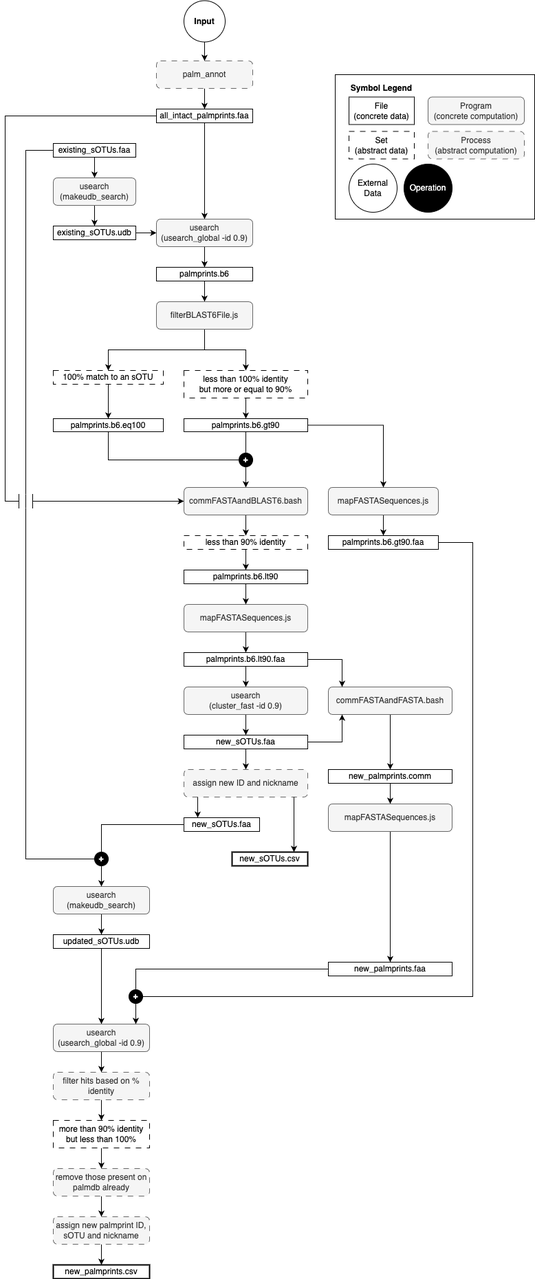
serratus-bio/logan-backend keeps this draw.io diagram as script/palmdb/sOTU Assigment Workflow.png. Above is the earlier version. Source tidied: cells renumbered, new cells last; positions are measured from the earlier drawing's top-left corner, leaving out a move shared by most shapes.
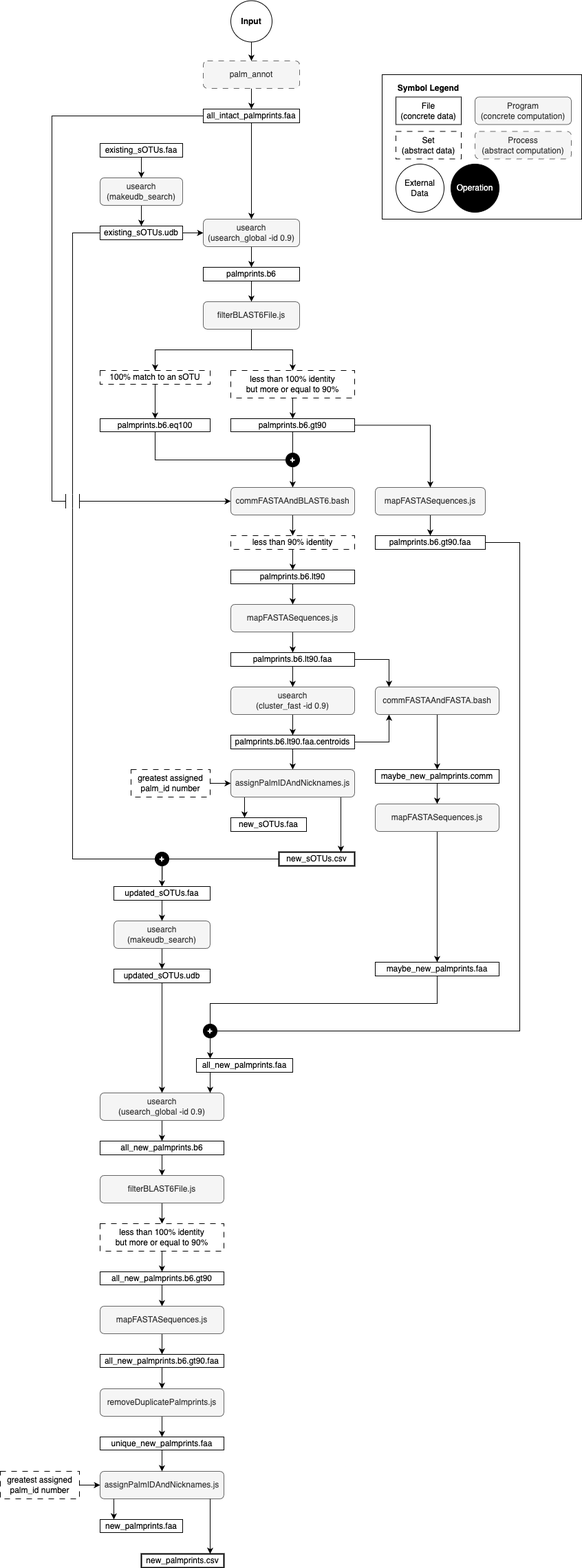
After the commit.

Diff of the diagram source:
```diff
@@ -30,11 +30,2 @@
     </mxCell>
-    <mxCell id="9" style="edgeStyle=orthogonalEdgeStyle;rounded=0;jettySize=auto;html=1;entryX=0.5;entryY=0;entryDx=0;entryDy=0;" parent="1" edge="1" source="10" target="43">
-      <mxGeometry relative="1" as="geometry">
-        <Array as="points">
-          <mxPoint x="30" y="218" />
-          <mxPoint x="30" y="1248" />
-          <mxPoint x="140" y="1248" />
-        </Array>
-      </mxGeometry>
-    </mxCell>
     <mxCell id="10" value="&lt;div&gt;existing_sOTUs.faa&lt;/div&gt;" style="rounded=0;whiteSpace=wrap;html=1;" parent="1" vertex="1">
@@ -51,2 +42,11 @@
     </mxCell>
+    <mxCell id="94" style="edgeStyle=orthogonalEdgeStyle;rounded=0;jettySize=auto;html=1;entryX=0.5;entryY=0;entryDx=0;entryDy=0;" parent="1" edge="1" source="14" target="104">
+      <mxGeometry relative="1" as="geometry">
+        <Array as="points">
+          <mxPoint x="30" y="338" />
+          <mxPoint x="30" y="1248" />
+          <mxPoint x="160" y="1248" />
+        </Array>
+      </mxGeometry>
+    </mxCell>
     <mxCell id="14" value="&lt;div&gt;existing_sOTUs.udb&lt;/div&gt;" style="rounded=0;whiteSpace=wrap;html=1;" parent="1" vertex="1">
@@ -102,11 +102,10 @@
     </mxCell>
-    <mxCell id="31" style="edgeStyle=orthogonalEdgeStyle;rounded=0;jettySize=auto;html=1;entryX=0.5;entryY=0;entryDx=0;entryDy=0;" parent="1" edge="1" source="32" target="33">
-      <mxGeometry relative="1" as="geometry" />
+    <mxCell id="31" style="edgeStyle=orthogonalEdgeStyle;rounded=0;jettySize=auto;html=1;entryX=0.5;entryY=0;entryDx=0;entryDy=0;" parent="1" edge="1" source="32">
+      <mxGeometry relative="1" as="geometry">
+        <mxPoint x="350" y="1118" as="targetPoint" />
+      </mxGeometry>
     </mxCell>
-    <mxCell id="32" value="&lt;div&gt;new_sOTUs.faa&lt;/div&gt;" style="rounded=0;whiteSpace=wrap;html=1;" parent="1" vertex="1">
+    <mxCell id="32" value="palmprints.b6.lt90.faa.centroids" style="rounded=0;whiteSpace=wrap;html=1;" parent="1" vertex="1">
       <mxGeometry x="260" y="1068" width="180" height="20" as="geometry" />
     </mxCell>
-    <mxCell id="33" value="assign new ID and nickname" style="rounded=1;whiteSpace=wrap;html=1;fillColor=#f5f5f5;strokeColor=#666666;fontColor=#333333;dashed=1;dashPattern=8 8;" parent="1" vertex="1">
-      <mxGeometry x="260" y="1118" width="180" height="40" as="geometry" />
-    </mxCell>
     <mxCell id="34" style="edgeStyle=orthogonalEdgeStyle;rounded=0;jettySize=auto;html=1;entryX=0.5;entryY=0;entryDx=0;entryDy=0;" parent="1" edge="1" source="35" target="64">
@@ -123,12 +122,12 @@
     </mxCell>
-    <mxCell id="38" style="edgeStyle=orthogonalEdgeStyle;rounded=0;jettySize=auto;html=1;" parent="1" edge="1" source="39">
-      <mxGeometry relative="1" as="geometry">
-        <mxPoint x="190" y="1488" as="targetPoint" />
-        <Array as="points">
-          <mxPoint x="680" y="788" />
-          <mxPoint x="680" y="1448" />
-          <mxPoint x="190" y="1448" />
-        </Array>
-      </mxGeometry>
-    </mxCell>
+    <mxCell id="95" style="edgeStyle=orthogonalEdgeStyle;rounded=0;jettySize=auto;html=1;" parent="1" edge="1" source="39">
+      <mxGeometry relative="1" as="geometry">
+        <mxPoint x="230" y="1538" as="targetPoint" />
+        <Array as="points">
+          <mxPoint x="680" y="788" />
+          <mxPoint x="680" y="1498" />
+          <mxPoint x="230" y="1498" />
+        </Array>
+      </mxGeometry>
+    </mxCell>
     <mxCell id="39" value="&lt;div&gt;palmprints.b6.gt90.faa&lt;/div&gt;" style="rounded=0;whiteSpace=wrap;html=1;" parent="1" vertex="1">
@@ -146,3 +145,3 @@
     <mxCell id="43" value="&lt;div&gt;usearch&lt;/div&gt;&lt;div&gt;(makeudb_search)&lt;br&gt;&lt;/div&gt;" style="rounded=1;whiteSpace=wrap;html=1;fillColor=#f5f5f5;strokeColor=#666666;fontColor=#333333;" parent="1" vertex="1">
-      <mxGeometry x="70" y="1288" width="140" height="40" as="geometry" />
+      <mxGeometry x="90" y="1338" width="140" height="40" as="geometry" />
     </mxCell>
@@ -152,3 +151,3 @@
     <mxCell id="45" value="&lt;div&gt;updated_sOTUs.udb&lt;/div&gt;" style="rounded=0;whiteSpace=wrap;html=1;" parent="1" vertex="1">
-      <mxGeometry x="70" y="1358" width="140" height="20" as="geometry" />
+      <mxGeometry x="90" y="1408" width="140" height="20" as="geometry" />
     </mxCell>
@@ -157,26 +156,26 @@
     </mxCell>
-    <mxCell id="47" style="edgeStyle=orthogonalEdgeStyle;rounded=0;jettySize=auto;html=1;entryX=0.5;entryY=0;entryDx=0;entryDy=0;" parent="1" edge="1" source="48" target="50">
-      <mxGeometry relative="1" as="geometry" />
-    </mxCell>
+    <mxCell id="96" style="edgeStyle=orthogonalEdgeStyle;rounded=0;jettySize=auto;html=1;entryX=0.5;entryY=0;entryDx=0;entryDy=0;" parent="1" edge="1" source="48" target="106">
+      <mxGeometry relative="1" as="geometry" />
+    </mxCell>
     <mxCell id="48" value="&lt;div&gt;usearch&lt;/div&gt;&lt;div&gt;(usearch_global -id 0.9)&lt;br&gt;&lt;/div&gt;" style="rounded=1;whiteSpace=wrap;html=1;fillColor=#f5f5f5;strokeColor=#666666;fontColor=#333333;" parent="1" vertex="1">
-      <mxGeometry x="70" y="1488" width="140" height="40" as="geometry" />
+      <mxGeometry x="70" y="1588" width="180" height="40" as="geometry" />
     </mxCell>
-    <mxCell id="49" style="edgeStyle=orthogonalEdgeStyle;rounded=0;jettySize=auto;html=1;entryX=0.5;entryY=0;entryDx=0;entryDy=0;" parent="1" edge="1" source="50" target="52">
-      <mxGeometry relative="1" as="geometry" />
+    <mxCell id="49" style="edgeStyle=orthogonalEdgeStyle;rounded=0;jettySize=auto;html=1;entryX=0.5;entryY=0;entryDx=0;entryDy=0;" parent="1" edge="1" target="52">
+      <mxGeometry relative="1" as="geometry">
+        <mxPoint x="160" y="1748" as="sourcePoint" />
+      </mxGeometry>
     </mxCell>
-    <mxCell id="50" value="filter hits based on % identity" style="rounded=1;whiteSpace=wrap;html=1;fillColor=#f5f5f5;strokeColor=#666666;fontColor=#333333;dashed=1;dashPattern=8 8;" parent="1" vertex="1">
-      <mxGeometry x="70" y="1558" width="140" height="40" as="geometry" />
-    </mxCell>
-    <mxCell id="51" style="edgeStyle=orthogonalEdgeStyle;rounded=0;jettySize=auto;html=1;entryX=0.5;entryY=0;entryDx=0;entryDy=0;" parent="1" edge="1" source="52" target="54">
-      <mxGeometry relative="1" as="geometry" />
-    </mxCell>
+    <mxCell id="97" style="edgeStyle=orthogonalEdgeStyle;rounded=0;jettySize=auto;html=1;entryX=0.5;entryY=0;entryDx=0;entryDy=0;" parent="1" edge="1" source="52">
+      <mxGeometry relative="1" as="geometry">
+        <mxPoint x="160" y="1848" as="targetPoint" />
+      </mxGeometry>
+    </mxCell>
-    <mxCell id="52" value="&lt;div&gt;&lt;span style=&quot;background-color: initial;&quot;&gt;more than 90% identity&lt;/span&gt;&lt;br&gt;&lt;/div&gt;&lt;div&gt;&lt;span style=&quot;background-color: initial;&quot;&gt;but less than 100%&lt;/span&gt;&lt;/div&gt;" style="rounded=0;whiteSpace=wrap;html=1;dashed=1;dashPattern=8 8;" parent="1" vertex="1">
-      <mxGeometry x="70" y="1628" width="140" height="40" as="geometry" />
+    <mxCell id="52" value="&lt;div&gt;&lt;div&gt;&lt;span style=&quot;background-color: initial;&quot;&gt;less than 100% identity&lt;/span&gt;&lt;br&gt;&lt;/div&gt;&lt;div&gt;&lt;span style=&quot;background-color: initial;&quot;&gt;but more or equal to 90%&lt;/span&gt;&lt;/div&gt;&lt;/div&gt;" style="rounded=0;whiteSpace=wrap;html=1;dashed=1;dashPattern=8 8;" parent="1" vertex="1">
+      <mxGeometry x="70" y="1778" width="180" height="40" as="geometry" />
     </mxCell>
-    <mxCell id="53" style="edgeStyle=orthogonalEdgeStyle;rounded=0;jettySize=auto;html=1;entryX=0.5;entryY=0;entryDx=0;entryDy=0;" parent="1" edge="1" source="54" target="93">
-      <mxGeometry relative="1" as="geometry" />
-    </mxCell>
-    <mxCell id="54" value="remove those present on palmdb already" style="rounded=1;whiteSpace=wrap;html=1;fillColor=#f5f5f5;strokeColor=#666666;fontColor=#333333;dashed=1;dashPattern=8 8;" parent="1" vertex="1">
-      <mxGeometry x="70" y="1698" width="140" height="40" as="geometry" />
-    </mxCell>
+    <mxCell id="98" style="edgeStyle=orthogonalEdgeStyle;rounded=0;jettySize=auto;html=1;" parent="1" edge="1" source="55">
+      <mxGeometry relative="1" as="geometry">
+        <mxPoint x="160" y="1288" as="targetPoint" />
+      </mxGeometry>
+    </mxCell>
     <mxCell id="55" value="&lt;div&gt;new_sOTUs.csv&lt;/div&gt;" style="rounded=0;whiteSpace=wrap;html=1;strokeWidth=2;" parent="1" vertex="1">
@@ -185,3 +184,3 @@
     <mxCell id="56" value="&lt;div&gt;new_palmprints.csv&lt;/div&gt;" style="rounded=0;whiteSpace=wrap;html=1;strokeWidth=2;" parent="1" vertex="1">
-      <mxGeometry x="70" y="1838" width="140" height="20" as="geometry" />
+      <mxGeometry x="130" y="2258" width="120" height="20" as="geometry" />
     </mxCell>
@@ -237,3 +236,3 @@
     </mxCell>
-    <mxCell id="68" value="commFASTAandBLAST6.bash" style="rounded=1;whiteSpace=wrap;html=1;fillColor=#f5f5f5;strokeColor=#666666;fontColor=#333333;" parent="1" vertex="1">
+    <mxCell id="68" value="commFASTAAndBLAST6.bash" style="rounded=1;whiteSpace=wrap;html=1;fillColor=#f5f5f5;strokeColor=#666666;fontColor=#333333;" parent="1" vertex="1">
       <mxGeometry x="260" y="708" width="180" height="40" as="geometry" />
@@ -252,3 +251,3 @@
     </mxCell>
-    <mxCell id="73" value="commFASTAandFASTA.bash" style="rounded=1;whiteSpace=wrap;html=1;fillColor=#f5f5f5;strokeColor=#666666;fontColor=#333333;" parent="1" vertex="1">
+    <mxCell id="73" value="commFASTAAndFASTA.bash" style="rounded=1;whiteSpace=wrap;html=1;fillColor=#f5f5f5;strokeColor=#666666;fontColor=#333333;" parent="1" vertex="1">
       <mxGeometry x="470" y="998" width="180" height="40" as="geometry" />
@@ -264,3 +263,3 @@
     </mxCell>
-    <mxCell id="77" value="&lt;div&gt;new_palmprints.comm&lt;/div&gt;" style="rounded=0;whiteSpace=wrap;html=1;" parent="1" vertex="1">
+    <mxCell id="77" value="&lt;div&gt;maybe_new_palmprints.comm&lt;/div&gt;" style="rounded=0;whiteSpace=wrap;html=1;" parent="1" vertex="1">
       <mxGeometry x="470" y="1118" width="180" height="20" as="geometry" />
@@ -273,3 +272,3 @@
     </mxCell>
-    <mxCell id="80" value="&lt;div&gt;new_palmprints.faa&lt;/div&gt;" style="rounded=0;whiteSpace=wrap;html=1;" parent="1" vertex="1">
+    <mxCell id="80" value="&lt;div&gt;maybe_new_palmprints.faa&lt;/div&gt;" style="rounded=0;whiteSpace=wrap;html=1;" parent="1" vertex="1">
       <mxGeometry x="470" y="1398" width="180" height="20" as="geometry" />
@@ -285,5 +284,2 @@
     </mxCell>
-    <mxCell id="84" style="edgeStyle=orthogonalEdgeStyle;rounded=0;jettySize=auto;html=1;entryX=0.5;entryY=0;entryDx=0;entryDy=0;" parent="1" edge="1" source="86" target="43">
-      <mxGeometry relative="1" as="geometry" />
-    </mxCell>
     <mxCell id="85" style="endArrow=none;html=1;rounded=0;exitX=0.5;exitY=1;exitDx=0;exitDy=0;" parent="1" edge="1" source="83">
@@ -296,11 +292,2 @@
     </mxCell>
-    <mxCell id="87" value="&lt;b&gt;+&lt;/b&gt;" style="ellipse;whiteSpace=wrap;html=1;fillStyle=auto;fillColor=#000000;fontColor=#FFFFFF;" parent="1" vertex="1">
-      <mxGeometry x="130" y="1238" width="20" height="20" as="geometry" />
-    </mxCell>
-    <mxCell id="88" style="edgeStyle=orthogonalEdgeStyle;rounded=0;jettySize=auto;html=1;entryX=0.857;entryY=0;entryDx=0;entryDy=0;entryPerimeter=0;" parent="1" edge="1" source="80" target="48">
-      <mxGeometry relative="1" as="geometry" />
-    </mxCell>
-    <mxCell id="89" value="&lt;b&gt;+&lt;/b&gt;" style="ellipse;whiteSpace=wrap;html=1;fillStyle=auto;fillColor=#000000;fontColor=#FFFFFF;" parent="1" vertex="1">
-      <mxGeometry x="180" y="1438" width="20" height="20" as="geometry" />
-    </mxCell>
     <mxCell id="90" style="endArrow=classic;html=1;rounded=0;" parent="1" edge="1">
@@ -316,8 +303,107 @@
     </mxCell>
-    <mxCell id="92" style="edgeStyle=orthogonalEdgeStyle;rounded=0;jettySize=auto;html=1;entryX=0.5;entryY=0;entryDx=0;entryDy=0;" parent="1" edge="1" source="93" target="56">
-      <mxGeometry relative="1" as="geometry" />
-    </mxCell>
-    <mxCell id="93" value="assign new palmprint ID, sOTU and nickname" style="rounded=1;whiteSpace=wrap;html=1;fillColor=#f5f5f5;strokeColor=#666666;fontColor=#333333;dashed=1;dashPattern=8 8;" parent="1" vertex="1">
-      <mxGeometry x="70" y="1768" width="140" height="40" as="geometry" />
-    </mxCell>
+    <mxCell id="99" value="assignPalmIDAndNicknames.js" style="rounded=1;whiteSpace=wrap;html=1;fillColor=#f5f5f5;strokeColor=#666666;fontColor=#333333;" parent="1" vertex="1">
+      <mxGeometry x="260" y="1118" width="180" height="40" as="geometry" />
+    </mxCell>
+    <mxCell id="100" value="assignPalmIDAndNicknames.js" style="rounded=1;whiteSpace=wrap;html=1;fillColor=#f5f5f5;strokeColor=#666666;fontColor=#333333;" parent="1" vertex="1">
+      <mxGeometry x="70" y="2138" width="180" height="40" as="geometry" />
+    </mxCell>
+    <mxCell id="101" style="edgeStyle=orthogonalEdgeStyle;rounded=0;jettySize=auto;html=1;entryX=0;entryY=0.5;entryDx=0;entryDy=0;" parent="1" edge="1" source="102" target="99">
+      <mxGeometry relative="1" as="geometry" />
+    </mxCell>
+    <mxCell id="102" value="greatest assigned palm_id number" style="rounded=0;whiteSpace=wrap;html=1;dashed=1;dashPattern=8 8;" parent="1" vertex="1">
+      <mxGeometry x="115" y="1118" width="115" height="40" as="geometry" />
+    </mxCell>
+    <mxCell id="103" style="edgeStyle=orthogonalEdgeStyle;rounded=0;jettySize=auto;html=1;entryX=0.5;entryY=0;entryDx=0;entryDy=0;" parent="1" edge="1" source="104" target="43">
+      <mxGeometry relative="1" as="geometry" />
+    </mxCell>
+    <mxCell id="104" value="&lt;div&gt;updated_sOTUs.faa&lt;/div&gt;" style="rounded=0;whiteSpace=wrap;html=1;" parent="1" vertex="1">
+      <mxGeometry x="90" y="1288" width="140" height="20" as="geometry" />
+    </mxCell>
+    <mxCell id="87" value="&lt;b&gt;+&lt;/b&gt;" style="ellipse;whiteSpace=wrap;html=1;fillStyle=auto;fillColor=#000000;fontColor=#FFFFFF;" parent="1" vertex="1">
+      <mxGeometry x="150" y="1238" width="20" height="20" as="geometry" />
+    </mxCell>
+    <mxCell id="105" style="edgeStyle=orthogonalEdgeStyle;rounded=0;jettySize=auto;html=1;entryX=0.5;entryY=0;entryDx=0;entryDy=0;" parent="1" edge="1" source="106">
+      <mxGeometry relative="1" as="geometry">
+        <mxPoint x="160" y="1708" as="targetPoint" />
+      </mxGeometry>
+    </mxCell>
+    <mxCell id="106" value="&lt;div&gt;all_new_palmprints.b6&lt;/div&gt;" style="rounded=0;whiteSpace=wrap;html=1;" parent="1" vertex="1">
+      <mxGeometry x="70" y="1658" width="180" height="20" as="geometry" />
+    </mxCell>
+    <mxCell id="107" value="&lt;div&gt;all_new_palmprints.faa&lt;/div&gt;" style="rounded=0;whiteSpace=wrap;html=1;" parent="1" vertex="1">
+      <mxGeometry x="210" y="1538" width="140" height="20" as="geometry" />
+    </mxCell>
+    <mxCell id="108" style="edgeStyle=orthogonalEdgeStyle;rounded=0;jettySize=auto;html=1;entryX=0.143;entryY=0;entryDx=0;entryDy=0;entryPerimeter=0;" parent="1" edge="1" source="80" target="107">
+      <mxGeometry relative="1" as="geometry">
+        <Array as="points">
+          <mxPoint x="560" y="1458" />
+          <mxPoint x="230" y="1458" />
+        </Array>
+      </mxGeometry>
+    </mxCell>
+    <mxCell id="89" value="&lt;b&gt;+&lt;/b&gt;" style="ellipse;whiteSpace=wrap;html=1;fillStyle=auto;fillColor=#000000;fontColor=#FFFFFF;" parent="1" vertex="1">
+      <mxGeometry x="220" y="1488" width="20" height="20" as="geometry" />
+    </mxCell>
+    <mxCell id="109" style="endArrow=classic;html=1;rounded=0;" parent="1" edge="1">
+      <mxGeometry relative="1" as="geometry">
+        <mxPoint x="230" y="1558" as="sourcePoint" />
+        <mxPoint x="230" y="1588" as="targetPoint" />
+      </mxGeometry>
+    </mxCell>
+    <mxCell id="110" value="filterBLAST6File.js" style="rounded=1;whiteSpace=wrap;html=1;fillColor=#f5f5f5;strokeColor=#666666;fontColor=#333333;" parent="1" vertex="1">
+      <mxGeometry x="70" y="1708" width="180" height="40" as="geometry" />
+    </mxCell>
+    <mxCell id="111" style="edgeStyle=orthogonalEdgeStyle;rounded=0;jettySize=auto;html=1;" parent="1" edge="1" source="112">
+      <mxGeometry relative="1" as="geometry">
+        <mxPoint x="160" y="1898" as="targetPoint" />
+      </mxGeometry>
+    </mxCell>
+    <mxCell id="112" value="&lt;div&gt;all_new_palmprints.b6.gt90&lt;/div&gt;" style="rounded=0;whiteSpace=wrap;html=1;" parent="1" vertex="1">
+      <mxGeometry x="70" y="1848" width="180" height="19" as="geometry" />
+    </mxCell>
+    <mxCell id="113" style="edgeStyle=orthogonalEdgeStyle;rounded=0;jettySize=auto;html=1;entryX=0.5;entryY=0;entryDx=0;entryDy=0;" parent="1" edge="1" source="114" target="116">
+      <mxGeometry relative="1" as="geometry" />
+    </mxCell>
+    <mxCell id="114" value="mapFASTASequences.js" style="rounded=1;whiteSpace=wrap;html=1;fillColor=#f5f5f5;strokeColor=#666666;fontColor=#333333;" parent="1" vertex="1">
+      <mxGeometry x="70" y="1898" width="180" height="40" as="geometry" />
+    </mxCell>
+    <mxCell id="115" style="edgeStyle=orthogonalEdgeStyle;rounded=0;jettySize=auto;html=1;entryX=0.5;entryY=0;entryDx=0;entryDy=0;" parent="1" edge="1" source="116" target="120">
+      <mxGeometry relative="1" as="geometry" />
+    </mxCell>
+    <mxCell id="116" value="&lt;div&gt;all_new_palmprints.b6.gt90.faa&lt;/div&gt;" style="rounded=0;whiteSpace=wrap;html=1;" parent="1" vertex="1">
+      <mxGeometry x="70" y="1968" width="180" height="19" as="geometry" />
+    </mxCell>
+    <mxCell id="117" style="edgeStyle=orthogonalEdgeStyle;rounded=0;jettySize=auto;html=1;entryX=0;entryY=0.5;entryDx=0;entryDy=0;" parent="1" edge="1" source="118" target="100">
+      <mxGeometry relative="1" as="geometry" />
+    </mxCell>
+    <mxCell id="118" value="greatest assigned palm_id number" style="rounded=0;whiteSpace=wrap;html=1;dashed=1;dashPattern=8 8;" parent="1" vertex="1">
+      <mxGeometry x="-75" y="2138" width="115" height="40" as="geometry" />
+    </mxCell>
+    <mxCell id="119" style="edgeStyle=orthogonalEdgeStyle;rounded=0;jettySize=auto;html=1;entryX=0.5;entryY=0;entryDx=0;entryDy=0;" parent="1" edge="1" source="120" target="122">
+      <mxGeometry relative="1" as="geometry" />
+    </mxCell>
+    <mxCell id="120" value="removeDuplicatePalmprints.js" style="rounded=1;whiteSpace=wrap;html=1;fillColor=#f5f5f5;strokeColor=#666666;fontColor=#333333;" parent="1" vertex="1">
+      <mxGeometry x="70" y="2018" width="180" height="40" as="geometry" />
+    </mxCell>
+    <mxCell id="121" style="edgeStyle=orthogonalEdgeStyle;rounded=0;jettySize=auto;html=1;entryX=0.5;entryY=0;entryDx=0;entryDy=0;" parent="1" edge="1" source="122" target="100">
+      <mxGeometry relative="1" as="geometry" />
+    </mxCell>
+    <mxCell id="122" value="&lt;div&gt;unique_new_palmprints.faa&lt;/div&gt;" style="rounded=0;whiteSpace=wrap;html=1;" parent="1" vertex="1">
+      <mxGeometry x="70" y="2088" width="180" height="19" as="geometry" />
+    </mxCell>
+    <mxCell id="123" value="&lt;div&gt;new_palmprints.faa&lt;/div&gt;" style="rounded=0;whiteSpace=wrap;html=1;" parent="1" vertex="1">
+      <mxGeometry x="70" y="2208" width="120" height="19" as="geometry" />
+    </mxCell>
+    <mxCell id="124" style="endArrow=classic;html=1;rounded=0;" parent="1" edge="1">
+      <mxGeometry relative="1" as="geometry">
+        <mxPoint x="90" y="2178" as="sourcePoint" />
+        <mxPoint x="90" y="2208" as="targetPoint" />
+      </mxGeometry>
+    </mxCell>
+    <mxCell id="125" style="endArrow=classic;html=1;rounded=0;entryX=0.818;entryY=0;entryDx=0;entryDy=0;entryPerimeter=0;" parent="1" edge="1">
+      <mxGeometry relative="1" as="geometry">
+        <mxPoint x="230" y="2178" as="sourcePoint" />
+        <mxPoint x="230" y="2258" as="targetPoint" />
+      </mxGeometry>
+    </mxCell>
   </root>
```
